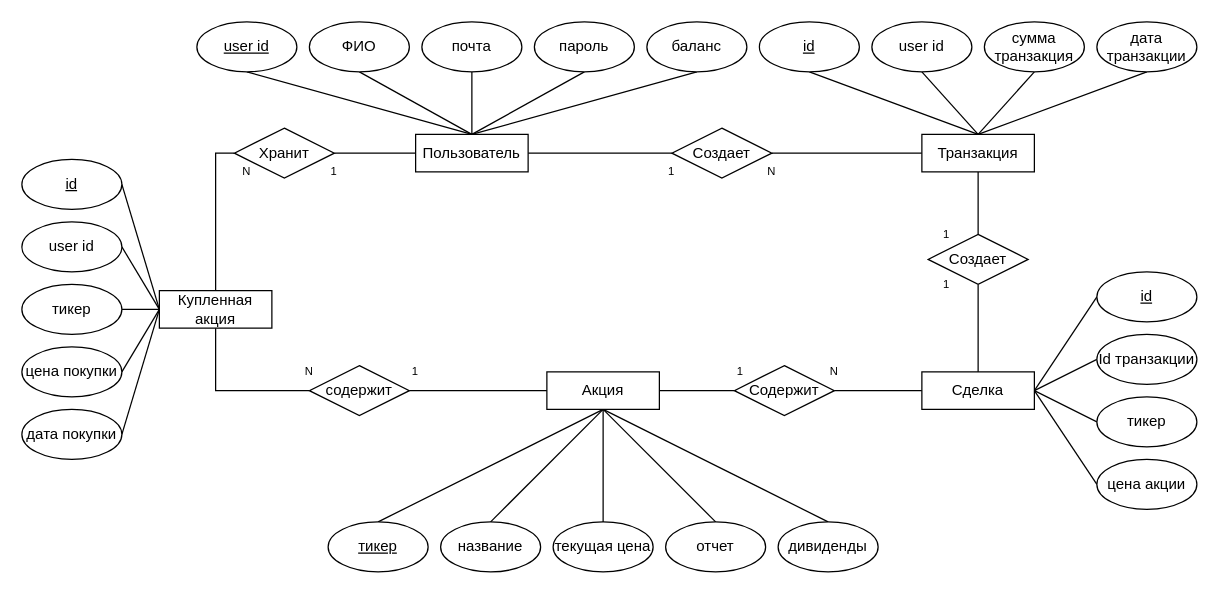
Earlier version of the draw.io diagram page "Page-2" (2 of 3) of ppo/lab1/lab01.drawio (garasev/sem06). Source tidied: cells renumbered, new cells numbered last; positions are measured from the earlier drawing's top-left corner, leaving out a move shared by most shapes. Both pictures are drawn from the tidied source at 125%, with x=0, y=0 at pixel (21, 21).
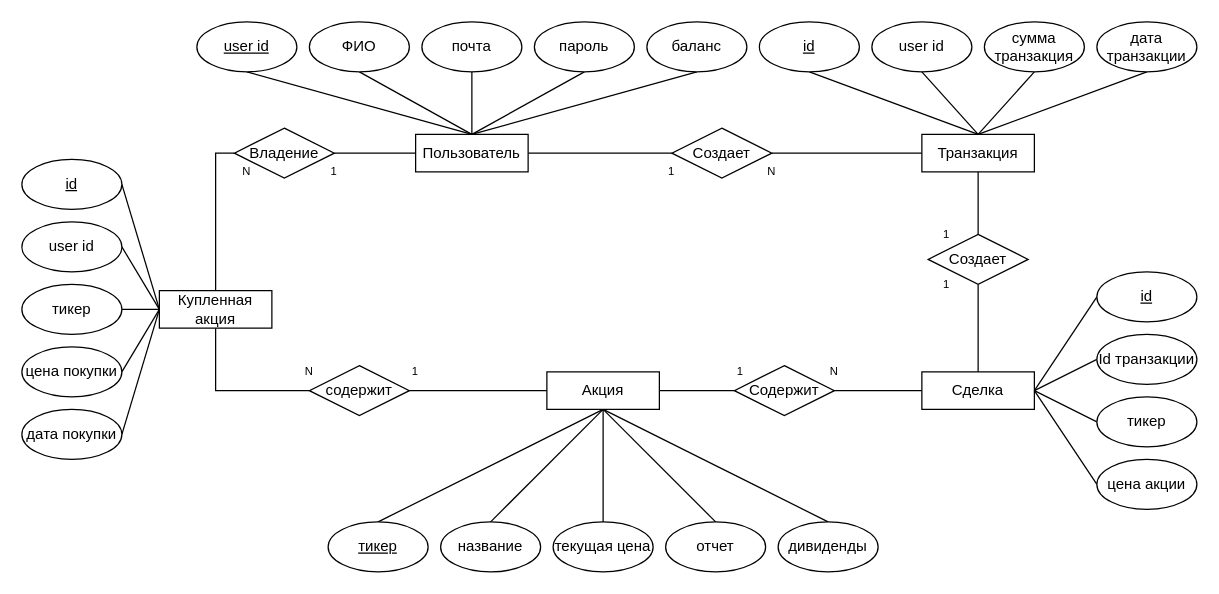
The same diagram, later.

The edit, as a diff of the source:
```diff
@@
-    <mxCell id="16" value="Хранит" style="rhombus;whiteSpace=wrap;html=1;" parent="1" vertex="1">
+    <mxCell id="16" value="Владение" style="rhombus;whiteSpace=wrap;html=1;" parent="1" vertex="1">
       <mxGeometry x="170" y="85" width="80" height="40" as="geometry" />
     </mxCell>
```
